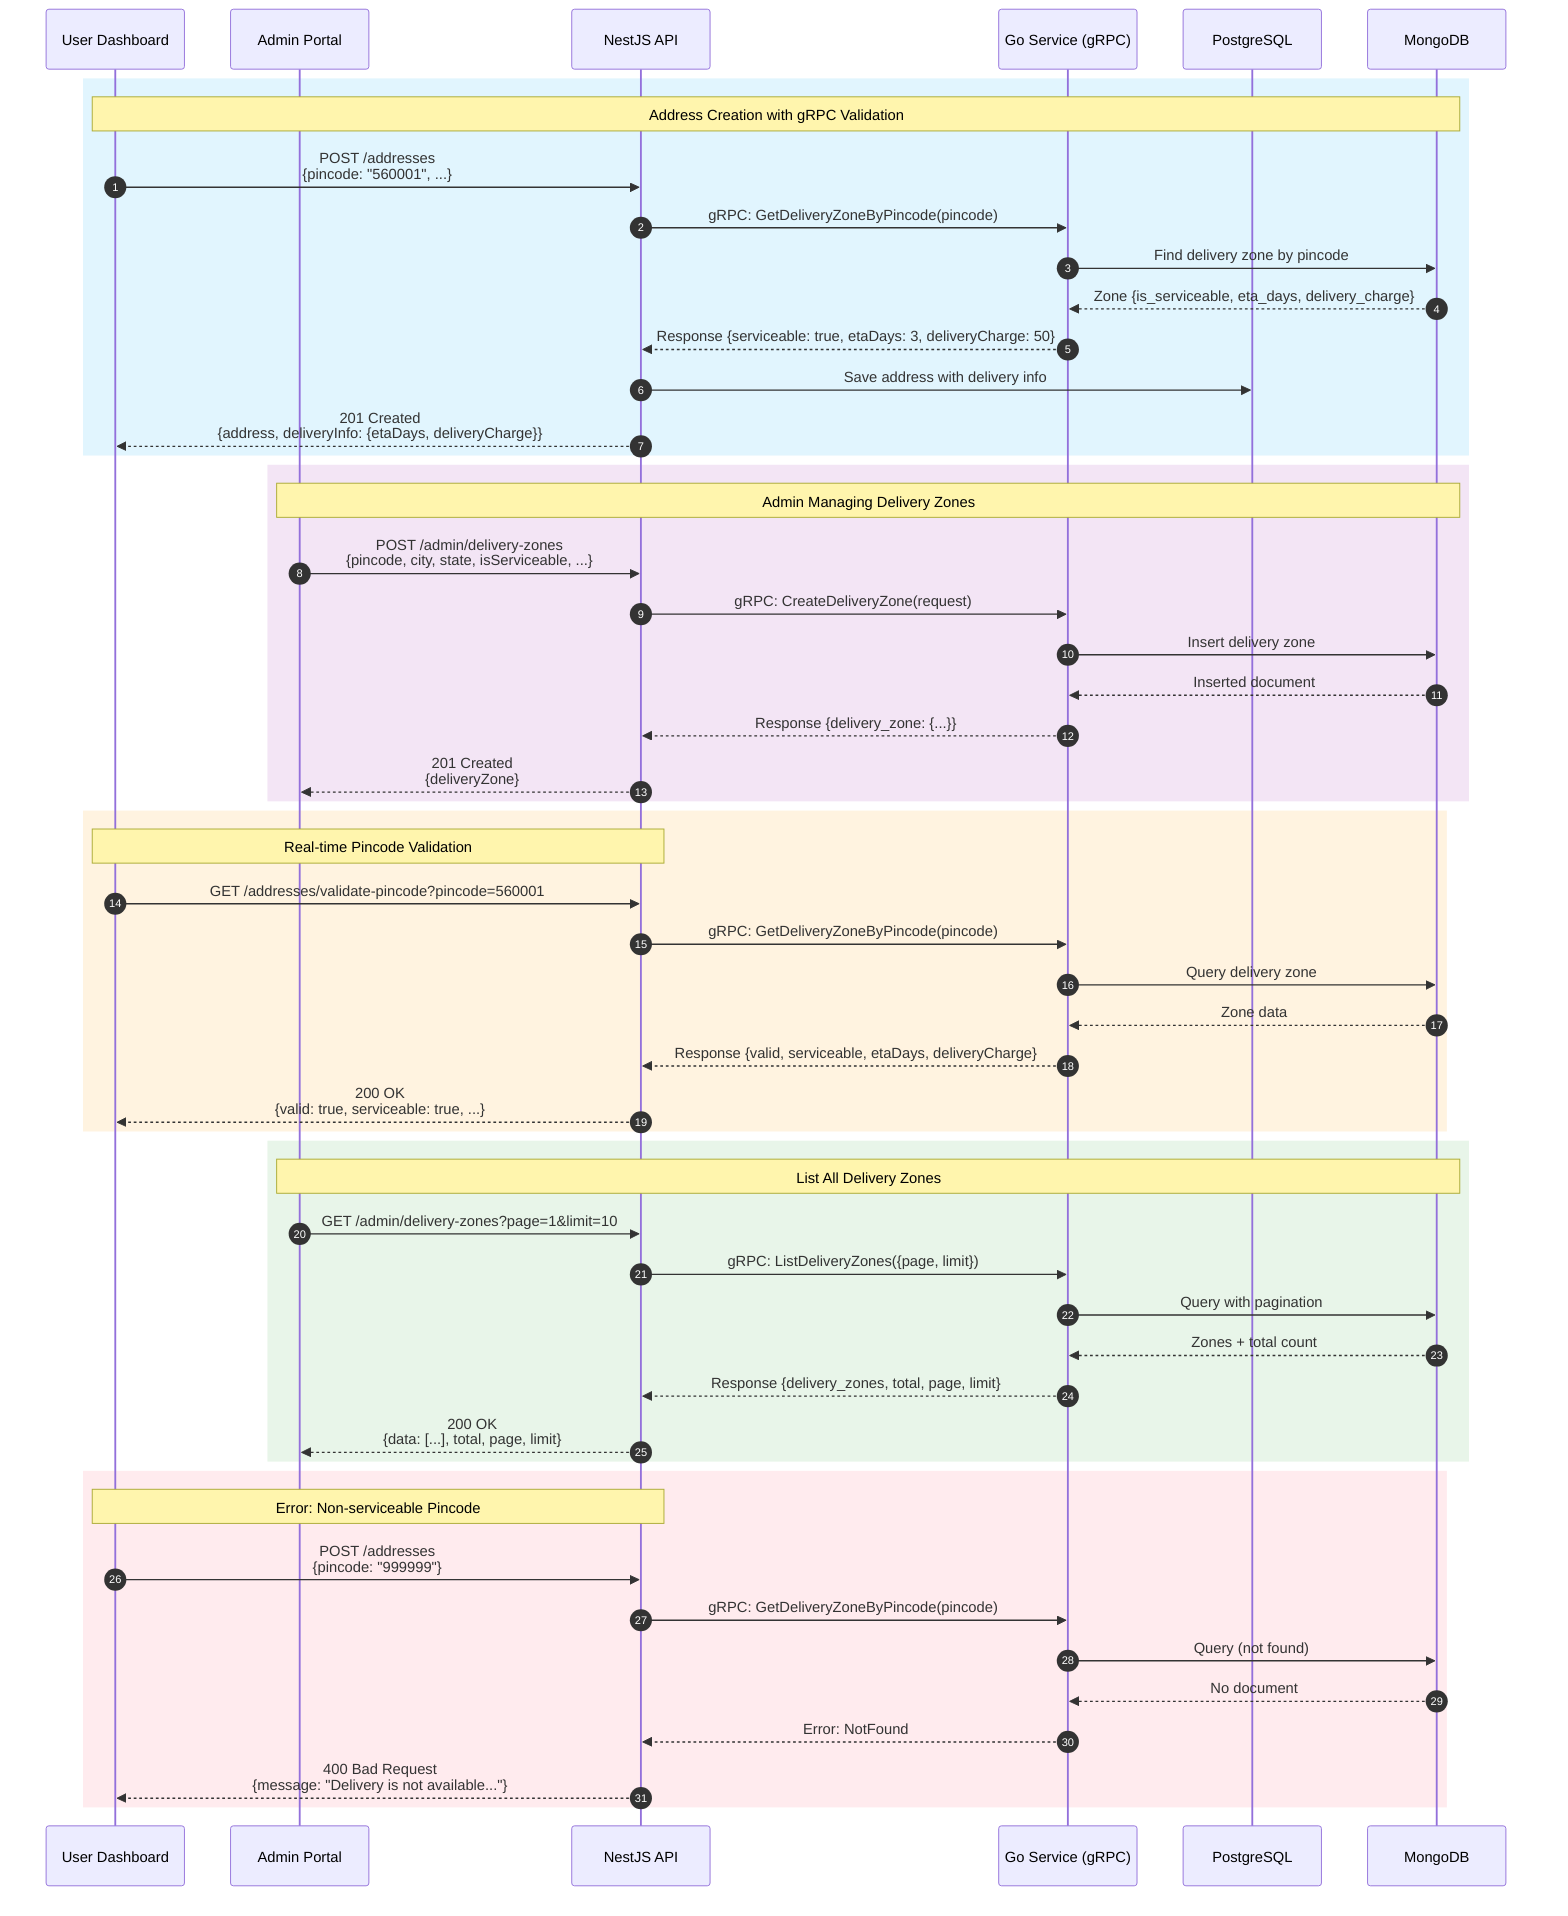
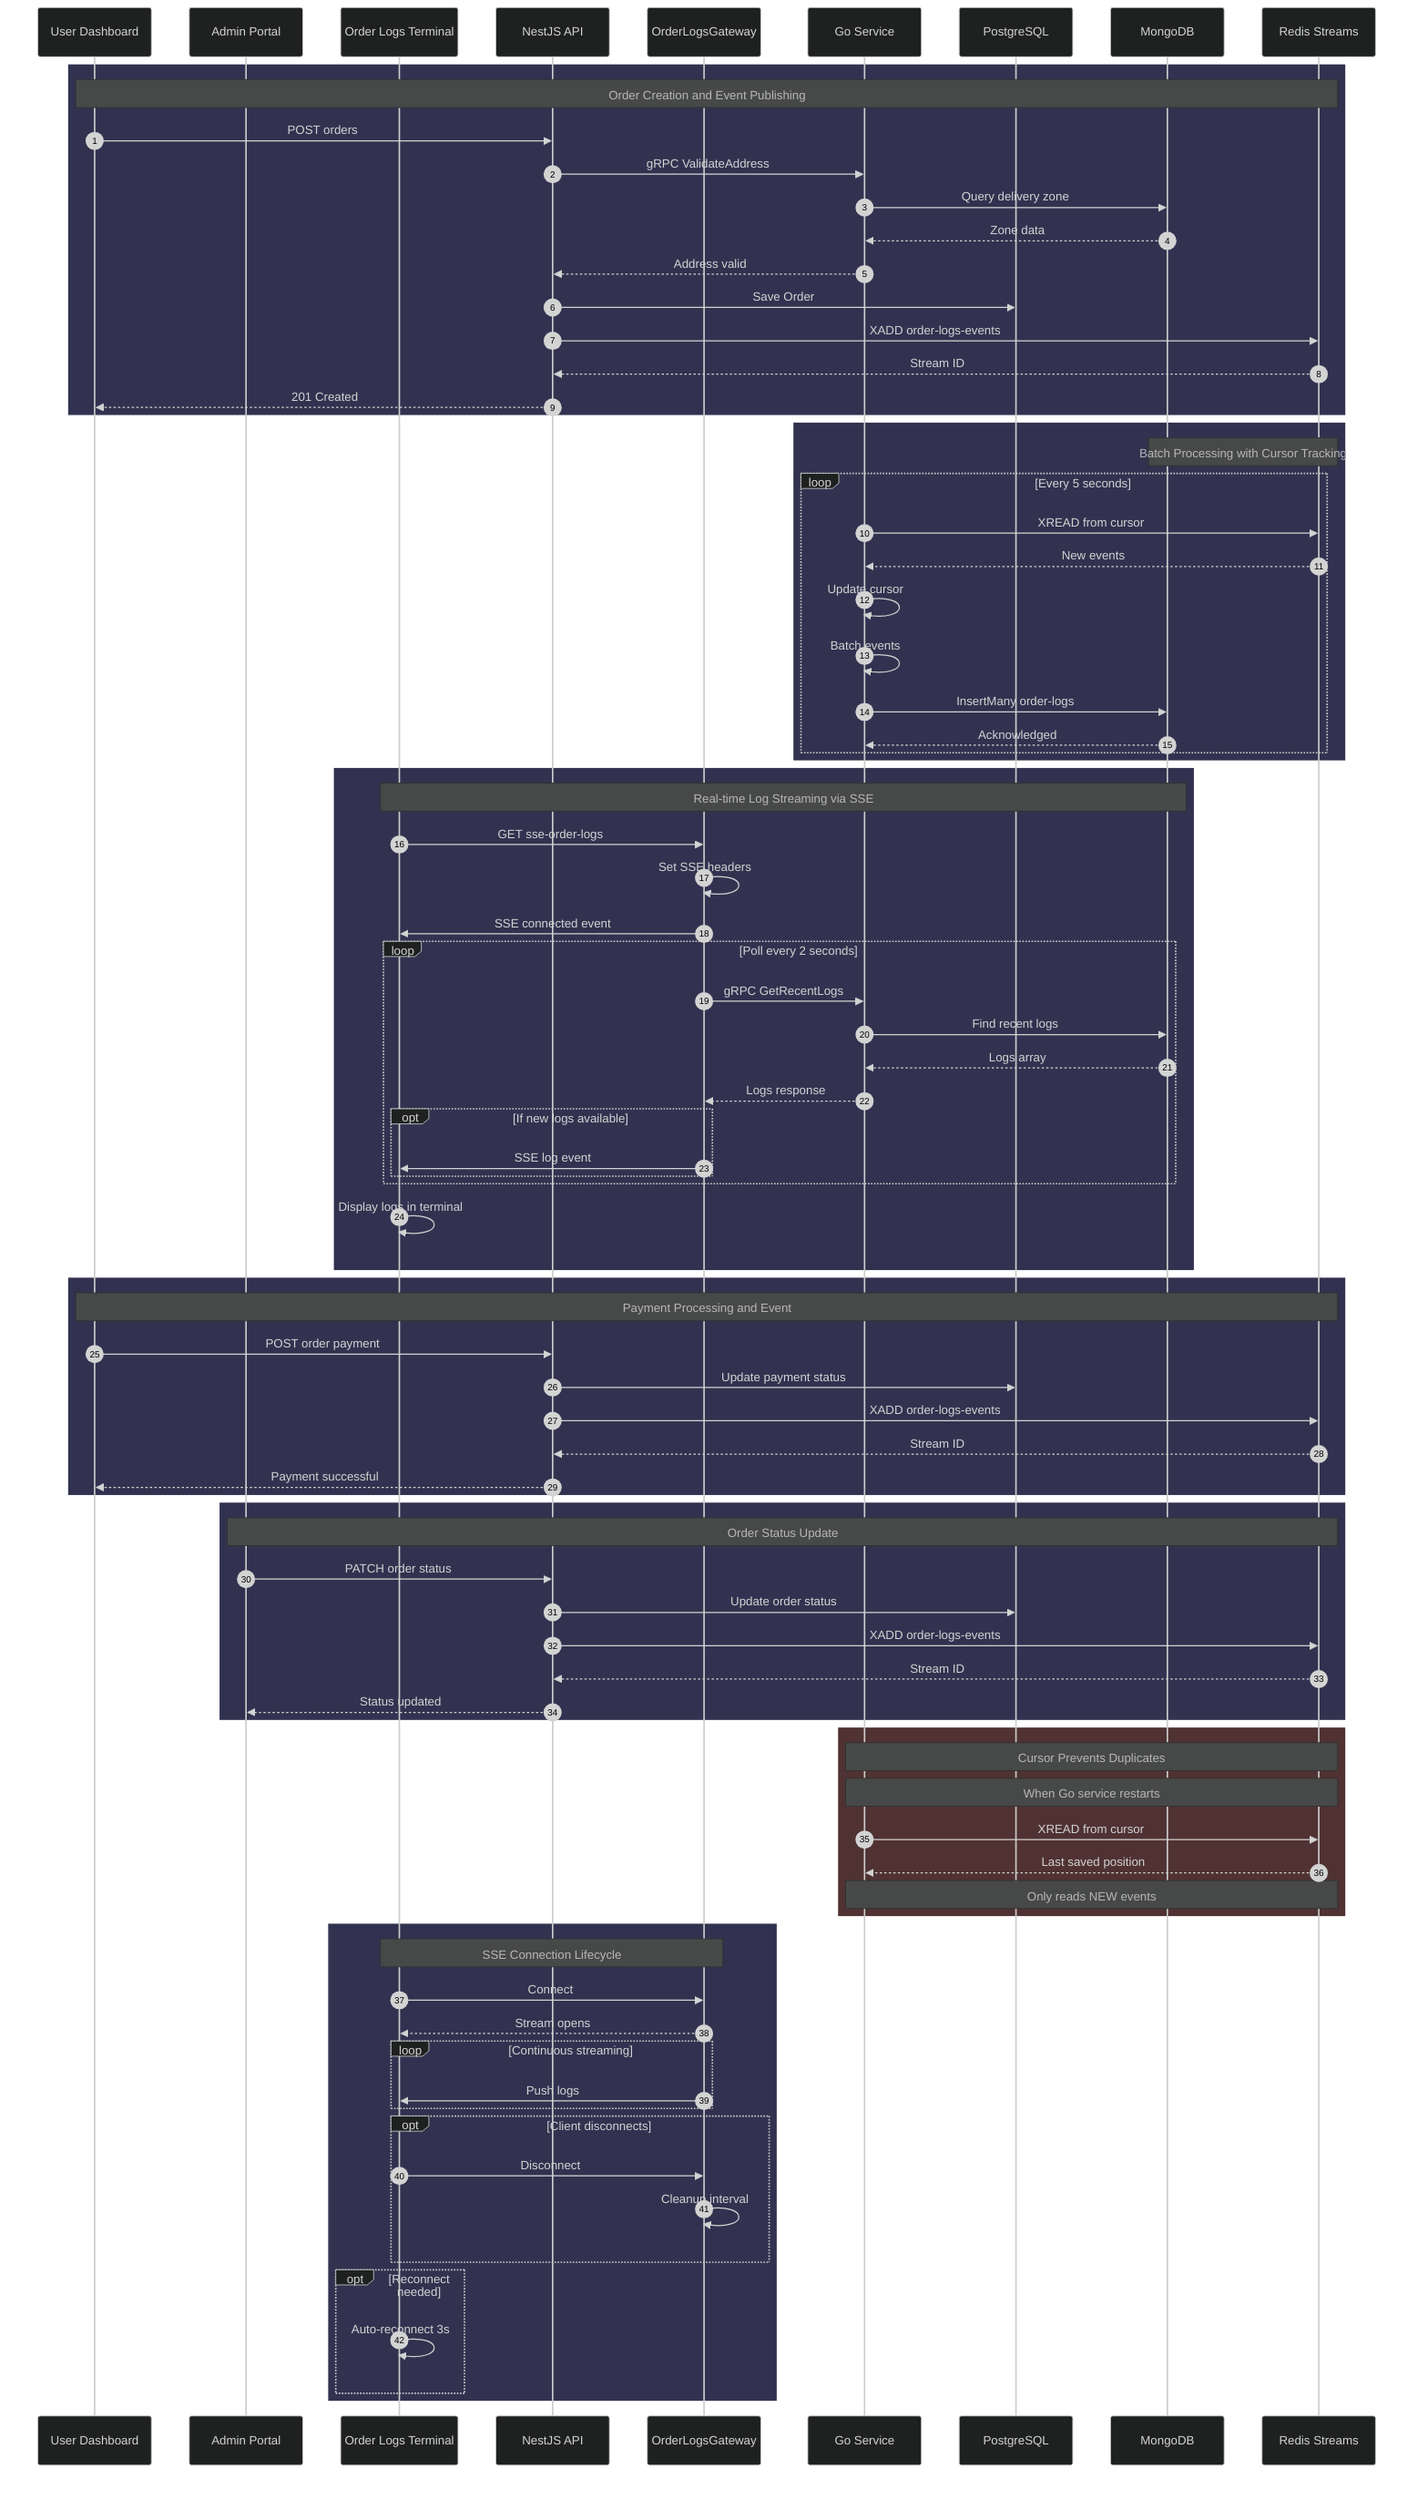
+ %%{init: {'theme': 'dark'}}%%
+ 
sequenceDiagram
    autonumber

    participant U as User Dashboard
    participant A as Admin Portal
+     participant AL as Order Logs Terminal
    participant N as NestJS API
-     participant G as Go Service (gRPC)
+     participant OG as OrderLogsGateway
+     participant G as Go Service
    participant P as PostgreSQL
    participant M as MongoDB
+     participant R as Redis Streams

-     %% === SCENARIO 1: User Adds Address with Pincode Validation ===
-     rect rgb(225, 245, 254)
-         Note over U,M: Address Creation with gRPC Validation
-         U->>N: POST /addresses<br/>{pincode: "560001", ...}
-         N->>G: gRPC: GetDeliveryZoneByPincode(pincode)
-         G->>M: Find delivery zone by pincode
-         M-->>G: Zone {is_serviceable, eta_days, delivery_charge}
-         G-->>N: Response {serviceable: true, etaDays: 3, deliveryCharge: 50}
-         N->>P: Save address with delivery info
-         N-->>U: 201 Created<br/>{address, deliveryInfo: {etaDays, deliveryCharge}}
+     %% SCENARIO 1: Order Creation with Event Logging
+     rect rgb(50, 50, 80)
+         Note over U,R: Order Creation and Event Publishing
+         U->>N: POST orders
+         N->>G: gRPC ValidateAddress
+         G->>M: Query delivery zone
+         M-->>G: Zone data
+         G-->>N: Address valid
+         N->>P: Save Order
+         N->>R: XADD order-logs-events
+         R-->>N: Stream ID
+         N-->>U: 201 Created
    end

-     %% === SCENARIO 2: Admin Creates Delivery Zone ===
-     rect rgb(243, 229, 245)
-         Note over A,M: Admin Managing Delivery Zones
-         A->>N: POST /admin/delivery-zones<br/>{pincode, city, state, isServiceable, ...}
-         N->>G: gRPC: CreateDeliveryZone(request)
-         G->>M: Insert delivery zone
-         M-->>G: Inserted document
-         G-->>N: Response {delivery_zone: {...}}
-         N-->>A: 201 Created<br/>{deliveryZone}
+     %% SCENARIO 2: Go Service Consumes Events
+     rect rgb(50, 50, 80)
+         Note over R,M: Batch Processing with Cursor Tracking
+         loop Every 5 seconds
+             G->>R: XREAD from cursor
+             R-->>G: New events
+             G->>G: Update cursor
+             G->>G: Batch events
+             G->>M: InsertMany order-logs
+             M-->>G: Acknowledged
+         end
    end

-     %% === SCENARIO 3: Real-time Pincode Validation (Frontend) ===
-     rect rgb(255, 243, 224)
-         Note over U,N: Real-time Pincode Validation
-         U->>N: GET /addresses/validate-pincode?pincode=560001
-         N->>G: gRPC: GetDeliveryZoneByPincode(pincode)
-         G->>M: Query delivery zone
-         M-->>G: Zone data
-         G-->>N: Response {valid, serviceable, etaDays, deliveryCharge}
-         N-->>U: 200 OK<br/>{valid: true, serviceable: true, ...}
+     %% SCENARIO 3: Admin Views Logs via SSE
+     rect rgb(50, 50, 80)
+         Note over AL,M: Real-time Log Streaming via SSE
+         AL->>OG: GET sse-order-logs
+         OG->>OG: Set SSE headers
+         OG->>AL: SSE connected event
+ 
+         loop Poll every 2 seconds
+             OG->>G: gRPC GetRecentLogs
+             G->>M: Find recent logs
+             M-->>G: Logs array
+             G-->>OG: Logs response
+             opt If new logs available
+                 OG->>AL: SSE log event
+             end
+         end
+ 
+         AL->>AL: Display logs in terminal
    end

-     %% === SCENARIO 4: List Delivery Zones ===
-     rect rgb(232, 245, 233)
-         Note over A,M: List All Delivery Zones
-         A->>N: GET /admin/delivery-zones?page=1&limit=10
-         N->>G: gRPC: ListDeliveryZones({page, limit})
-         G->>M: Query with pagination
-         M-->>G: Zones + total count
-         G-->>N: Response {delivery_zones, total, page, limit}
-         N-->>A: 200 OK<br/>{data: [...], total, page, limit}
+     %% SCENARIO 4: Payment Success Event
+     rect rgb(50, 50, 80)
+         Note over U,R: Payment Processing and Event
+         U->>N: POST order payment
+         N->>P: Update payment status
+         N->>R: XADD order-logs-events
+         R-->>N: Stream ID
+         N-->>U: Payment successful
    end

-     %% === Error Scenario: Non-serviceable Pincode ===
-     rect rgb(255, 235, 238)
-         Note over U,N: Error: Non-serviceable Pincode
-         U->>N: POST /addresses<br/>{pincode: "999999"}
-         N->>G: gRPC: GetDeliveryZoneByPincode(pincode)
-         G->>M: Query (not found)
-         M-->>G: No document
-         G-->>N: Error: NotFound
-         N-->>U: 400 Bad Request<br/>{message: "Delivery is not available..."}
+     %% SCENARIO 5: Admin Updates Order Status
+     rect rgb(50, 50, 80)
+         Note over A,R: Order Status Update
+         A->>N: PATCH order status
+         N->>P: Update order status
+         N->>R: XADD order-logs-events
+         R-->>N: Stream ID
+         N-->>A: Status updated
    end
+ 
+     %% Error Scenario: Duplicate Prevention
+     rect rgb(80, 50, 50)
+         Note over G,R: Cursor Prevents Duplicates
+         Note over G,R: When Go service restarts
+         G->>R: XREAD from cursor
+         R-->>G: Last saved position
+         Note over G,R: Only reads NEW events
+     end
+ 
+     %% Connection Lifecycle
+     rect rgb(50, 50, 80)
+         Note over AL,OG: SSE Connection Lifecycle
+         AL->>OG: Connect
+         OG-->>AL: Stream opens
+         loop Continuous streaming
+             OG->>AL: Push logs
+         end
+         opt Client disconnects
+             AL->>OG: Disconnect
+             OG->>OG: Cleanup interval
+         end
+         opt Reconnect needed
+             AL->>AL: Auto-reconnect 3s
+         end
+     end
